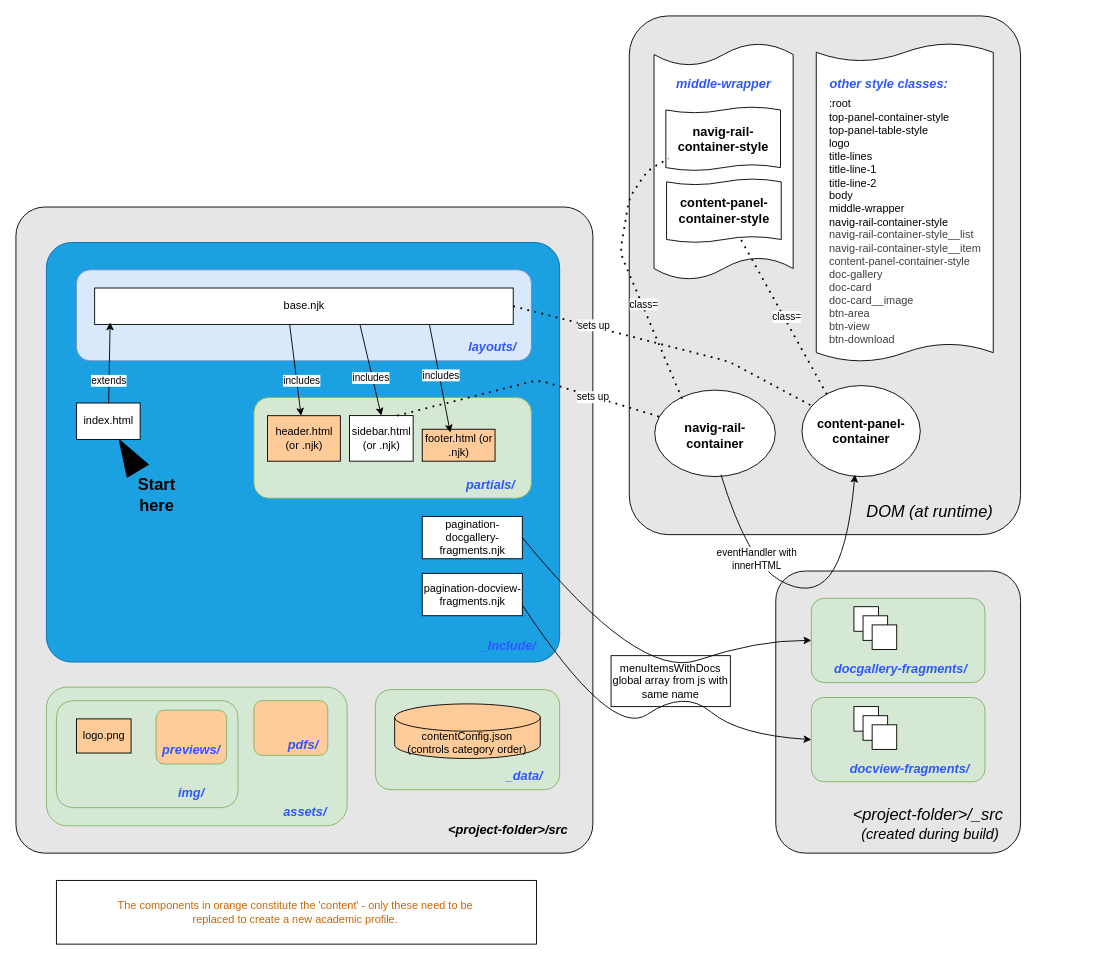
Before: src/nunjucks architecture.drawio in johnoos/fragment-gallery, a draw.io diagram. Source tidied: cells renumbered, new cells numbered last; positions are measured from the earlier drawing's top-left corner, leaving out a move shared by most shapes. Both pictures are drawn from the tidied source at 91%, with x=0, y=0 at pixel (15, 15).
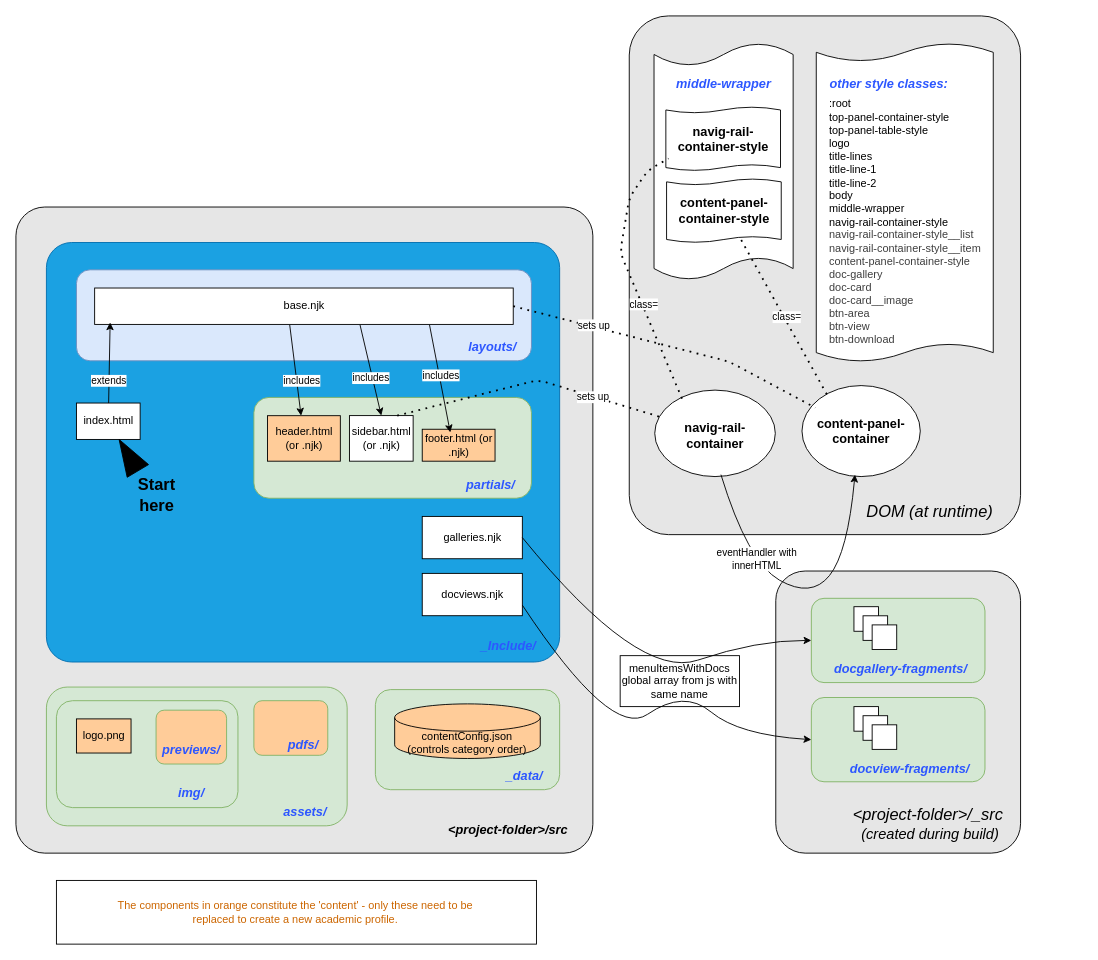
The same page after the edit.

Diff of the diagram source:
```diff
@@
-    <mxCell id="35" value="pagination-docgallery-fragments.njk" style="rounded=0;whiteSpace=wrap;html=1;" parent="1" vertex="1">
+    <mxCell id="35" value="galleries.njk" style="rounded=0;whiteSpace=wrap;html=1;" parent="1" vertex="1">
       <mxGeometry x="446.5" y="550" width="110" height="46.5" as="geometry" />
     </mxCell>
@@
-    <mxCell id="40" value="pagination-docview-fragments.njk" style="rounded=0;whiteSpace=wrap;html=1;" parent="1" vertex="1">
+    <mxCell id="40" value="docviews.njk" style="rounded=0;whiteSpace=wrap;html=1;" parent="1" vertex="1">
       <mxGeometry x="446.5" y="612.6" width="110" height="46.5" as="geometry" />
     </mxCell>
@@
     <mxCell id="77" value="menuItemsWithDocs global array from js with same name" style="rounded=0;whiteSpace=wrap;html=1;" parent="1" vertex="1">
-      <mxGeometry x="654" y="703" width="131.1" height="56" as="geometry" />
+      <mxGeometry x="664" y="703" width="131.1" height="56" as="geometry" />
     </mxCell>
```
